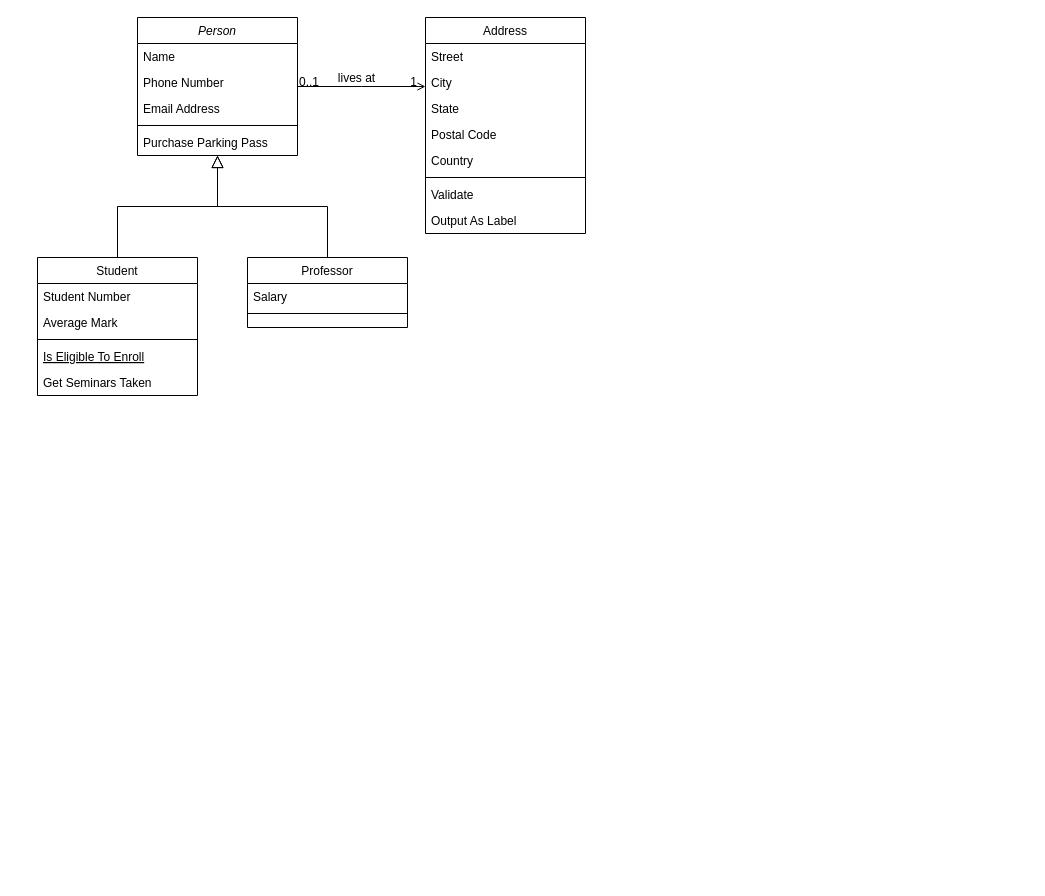
Earlier version of the draw.io diagram main/Diagramme sans nom.drawio (Nik97410/BDD). Source tidied: cells renumbered, new cells numbered last; positions are measured from the earlier drawing's top-left corner, leaving out a move shared by most shapes. Both pictures are drawn from the tidied source at 100%, with x=0, y=0 at pixel (37, 17).
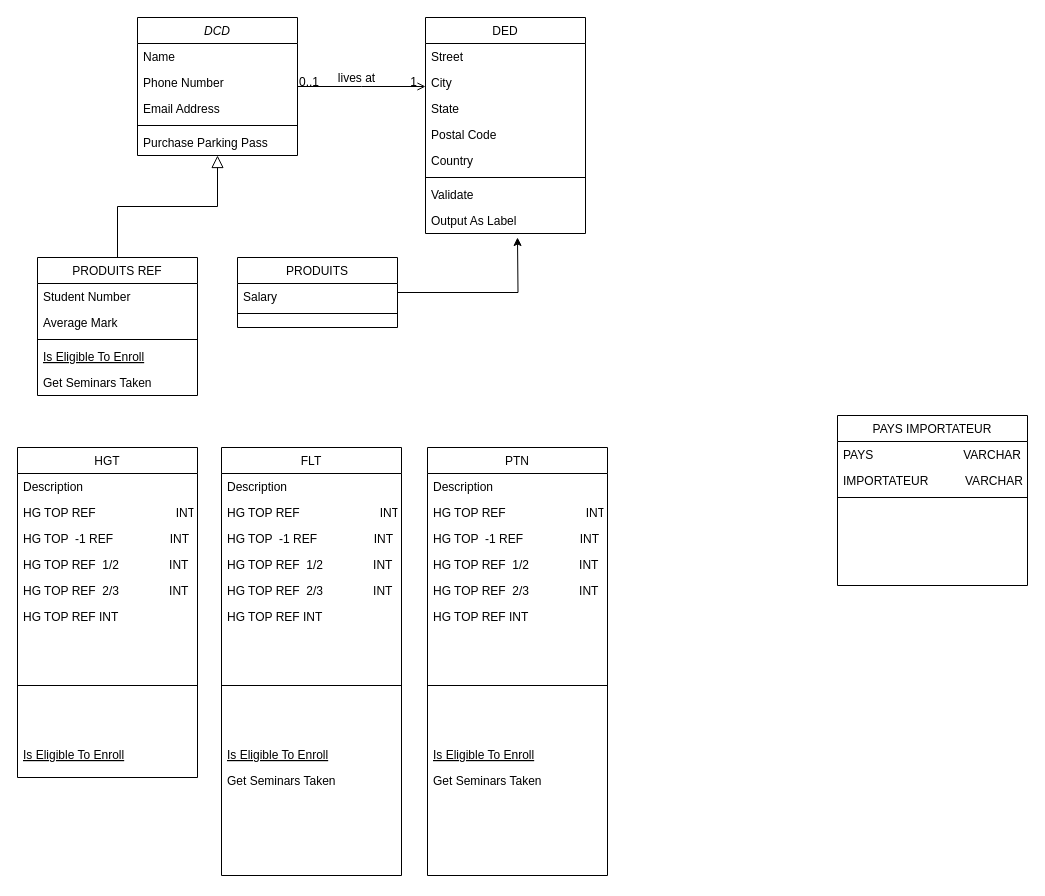
Above is the later version.

Change to the diagram source:
```diff
@@
-    <mxCell id="2" value="Person" style="swimlane;fontStyle=2;align=center;verticalAlign=top;horizontal=1;startSize=26;rounded=0;shadow=0;strokeWidth=1;" parent="1" vertex="1">
+    <mxCell id="2" value="DCD" style="swimlane;fontStyle=2;align=center;verticalAlign=top;horizontal=1;startSize=26;rounded=0;shadow=0;strokeWidth=1;" parent="1" vertex="1">
       <mxGeometry x="100" width="160" height="138" as="geometry" />
     </mxCell>
@@
-    <mxCell id="8" value="Student" style="swimlane;fontStyle=0;align=center;verticalAlign=top;horizontal=1;startSize=26;rounded=0;shadow=0;strokeWidth=1;" parent="1" vertex="1">
+    <mxCell id="8" value="PRODUITS REF" style="swimlane;fontStyle=0;align=center;verticalAlign=top;horizontal=1;startSize=26;rounded=0;shadow=0;strokeWidth=1;" parent="1" vertex="1">
       <mxGeometry y="240" width="160" height="138" as="geometry" />
     </mxCell>
@@
+    <mxCell id="32" style="edgeStyle=orthogonalEdgeStyle;rounded=0;jettySize=auto;html=1;" parent="1" edge="1" source="15">
+      <mxGeometry relative="1" as="geometry">
+        <mxPoint x="480" y="220" as="targetPoint" />
+      </mxGeometry>
+    </mxCell>
-    <mxCell id="15" value="Professor" style="swimlane;fontStyle=0;align=center;verticalAlign=top;horizontal=1;startSize=26;rounded=0;shadow=0;strokeWidth=1;" parent="1" vertex="1">
-      <mxGeometry x="210" y="240" width="160" height="70" as="geometry" />
+    <mxCell id="15" value="PRODUITS" style="swimlane;fontStyle=0;align=center;verticalAlign=top;horizontal=1;startSize=26;rounded=0;shadow=0;strokeWidth=1;" parent="1" vertex="1">
+      <mxGeometry x="200" y="240" width="160" height="70" as="geometry" />
     </mxCell>
@@
-    <mxCell id="18" style="endArrow=block;endSize=10;endFill=0;shadow=0;strokeWidth=1;rounded=0;edgeStyle=elbowEdgeStyle;elbow=vertical;" parent="1" edge="1" source="15" target="2">
-      <mxGeometry relative="1" as="geometry" />
-    </mxCell>
-    <mxCell id="19" value="Address" style="swimlane;fontStyle=0;align=center;verticalAlign=top;horizontal=1;startSize=26;rounded=0;shadow=0;strokeWidth=1;" parent="1" vertex="1">
+    <mxCell id="19" value="DED" style="swimlane;fontStyle=0;align=center;verticalAlign=top;horizontal=1;startSize=26;rounded=0;shadow=0;strokeWidth=1;" parent="1" vertex="1">
       <mxGeometry x="388" width="160" height="216" as="geometry" />
     </mxCell>
@@
+    <mxCell id="33" value="HGT" style="swimlane;fontStyle=0;align=center;verticalAlign=top;horizontal=1;startSize=26;rounded=0;shadow=0;strokeWidth=1;" parent="1" vertex="1">
+      <mxGeometry x="-20" y="430" width="180" height="330" as="geometry" />
+    </mxCell>
+    <mxCell id="34" value="Description" style="text;align=left;verticalAlign=top;spacingLeft=4;spacingRight=4;overflow=hidden;" parent="33" vertex="1">
+      <mxGeometry y="26" width="180" height="26" as="geometry" />
+    </mxCell>
+    <mxCell id="35" value="HG TOP REF                        INT" style="text;align=left;verticalAlign=top;spacingLeft=4;spacingRight=4;overflow=hidden;rounded=0;shadow=0;html=0;" parent="33" vertex="1">
+      <mxGeometry y="52" width="180" height="26" as="geometry" />
+    </mxCell>
+    <mxCell id="36" value="HG TOP  -1 REF                 INT" style="text;align=left;verticalAlign=top;spacingLeft=4;spacingRight=4;overflow=hidden;rounded=0;shadow=0;html=0;" parent="33" vertex="1">
+      <mxGeometry y="78" width="180" height="26" as="geometry" />
+    </mxCell>
+    <mxCell id="37" value="HG TOP REF  1/2               INT" style="text;align=left;verticalAlign=top;spacingLeft=4;spacingRight=4;overflow=hidden;rounded=0;shadow=0;html=0;" parent="33" vertex="1">
+      <mxGeometry y="104" width="180" height="26" as="geometry" />
+    </mxCell>
+    <mxCell id="38" value="HG TOP REF  2/3               INT" style="text;align=left;verticalAlign=top;spacingLeft=4;spacingRight=4;overflow=hidden;rounded=0;shadow=0;html=0;" parent="33" vertex="1">
+      <mxGeometry y="130" width="180" height="26" as="geometry" />
+    </mxCell>
+    <mxCell id="39" value="HG TOP REF INT" style="text;align=left;verticalAlign=top;spacingLeft=4;spacingRight=4;overflow=hidden;rounded=0;shadow=0;html=0;" parent="33" vertex="1">
+      <mxGeometry y="156" width="180" height="26" as="geometry" />
+    </mxCell>
+    <mxCell id="40" style="line;html=1;strokeWidth=1;align=left;verticalAlign=middle;spacingTop=-1;spacingLeft=3;spacingRight=3;labelPosition=right;" parent="33" vertex="1">
+      <mxGeometry y="182" width="180" height="112" as="geometry" />
+    </mxCell>
+    <mxCell id="41" value="Is Eligible To Enroll" style="text;align=left;verticalAlign=top;spacingLeft=4;spacingRight=4;overflow=hidden;fontStyle=4;" parent="33" vertex="1">
+      <mxGeometry y="294" width="180" height="26" as="geometry" />
+    </mxCell>
+    <mxCell id="42" value="FLT" style="swimlane;fontStyle=0;align=center;verticalAlign=top;horizontal=1;startSize=26;rounded=0;shadow=0;strokeWidth=1;" parent="1" vertex="1">
+      <mxGeometry x="184" y="430" width="180" height="428" as="geometry" />
+    </mxCell>
+    <mxCell id="43" value="Description" style="text;align=left;verticalAlign=top;spacingLeft=4;spacingRight=4;overflow=hidden;" parent="42" vertex="1">
+      <mxGeometry y="26" width="180" height="26" as="geometry" />
+    </mxCell>
+    <mxCell id="44" value="HG TOP REF                        INT" style="text;align=left;verticalAlign=top;spacingLeft=4;spacingRight=4;overflow=hidden;rounded=0;shadow=0;html=0;" parent="42" vertex="1">
+      <mxGeometry y="52" width="180" height="26" as="geometry" />
+    </mxCell>
+    <mxCell id="45" value="HG TOP  -1 REF                 INT" style="text;align=left;verticalAlign=top;spacingLeft=4;spacingRight=4;overflow=hidden;rounded=0;shadow=0;html=0;" parent="42" vertex="1">
+      <mxGeometry y="78" width="180" height="26" as="geometry" />
+    </mxCell>
+    <mxCell id="46" value="HG TOP REF  1/2               INT" style="text;align=left;verticalAlign=top;spacingLeft=4;spacingRight=4;overflow=hidden;rounded=0;shadow=0;html=0;" parent="42" vertex="1">
+      <mxGeometry y="104" width="180" height="26" as="geometry" />
+    </mxCell>
+    <mxCell id="47" value="HG TOP REF  2/3               INT" style="text;align=left;verticalAlign=top;spacingLeft=4;spacingRight=4;overflow=hidden;rounded=0;shadow=0;html=0;" parent="42" vertex="1">
+      <mxGeometry y="130" width="180" height="26" as="geometry" />
+    </mxCell>
+    <mxCell id="48" value="HG TOP REF INT" style="text;align=left;verticalAlign=top;spacingLeft=4;spacingRight=4;overflow=hidden;rounded=0;shadow=0;html=0;" parent="42" vertex="1">
+      <mxGeometry y="156" width="180" height="26" as="geometry" />
+    </mxCell>
+    <mxCell id="49" style="line;html=1;strokeWidth=1;align=left;verticalAlign=middle;spacingTop=-1;spacingLeft=3;spacingRight=3;labelPosition=right;" parent="42" vertex="1">
+      <mxGeometry y="182" width="180" height="112" as="geometry" />
+    </mxCell>
+    <mxCell id="50" value="Is Eligible To Enroll" style="text;align=left;verticalAlign=top;spacingLeft=4;spacingRight=4;overflow=hidden;fontStyle=4;" parent="42" vertex="1">
+      <mxGeometry y="294" width="180" height="26" as="geometry" />
+    </mxCell>
+    <mxCell id="51" value="Get Seminars Taken" style="text;align=left;verticalAlign=top;spacingLeft=4;spacingRight=4;overflow=hidden;" parent="42" vertex="1">
+      <mxGeometry y="320" width="180" height="108" as="geometry" />
+    </mxCell>
+    <mxCell id="52" value="PTN" style="swimlane;fontStyle=0;align=center;verticalAlign=top;horizontal=1;startSize=26;rounded=0;shadow=0;strokeWidth=1;" parent="1" vertex="1">
+      <mxGeometry x="390" y="430" width="180" height="428" as="geometry" />
+    </mxCell>
+    <mxCell id="53" value="Description" style="text;align=left;verticalAlign=top;spacingLeft=4;spacingRight=4;overflow=hidden;" parent="52" vertex="1">
+      <mxGeometry y="26" width="180" height="26" as="geometry" />
+    </mxCell>
+    <mxCell id="54" value="HG TOP REF                        INT" style="text;align=left;verticalAlign=top;spacingLeft=4;spacingRight=4;overflow=hidden;rounded=0;shadow=0;html=0;" parent="52" vertex="1">
+      <mxGeometry y="52" width="180" height="26" as="geometry" />
+    </mxCell>
+    <mxCell id="55" value="HG TOP  -1 REF                 INT" style="text;align=left;verticalAlign=top;spacingLeft=4;spacingRight=4;overflow=hidden;rounded=0;shadow=0;html=0;" parent="52" vertex="1">
+      <mxGeometry y="78" width="180" height="26" as="geometry" />
+    </mxCell>
+    <mxCell id="56" value="HG TOP REF  1/2               INT" style="text;align=left;verticalAlign=top;spacingLeft=4;spacingRight=4;overflow=hidden;rounded=0;shadow=0;html=0;" parent="52" vertex="1">
+      <mxGeometry y="104" width="180" height="26" as="geometry" />
+    </mxCell>
+    <mxCell id="57" value="HG TOP REF  2/3               INT" style="text;align=left;verticalAlign=top;spacingLeft=4;spacingRight=4;overflow=hidden;rounded=0;shadow=0;html=0;" parent="52" vertex="1">
+      <mxGeometry y="130" width="180" height="26" as="geometry" />
+    </mxCell>
+    <mxCell id="58" value="HG TOP REF INT" style="text;align=left;verticalAlign=top;spacingLeft=4;spacingRight=4;overflow=hidden;rounded=0;shadow=0;html=0;" parent="52" vertex="1">
+      <mxGeometry y="156" width="180" height="26" as="geometry" />
+    </mxCell>
+    <mxCell id="59" style="line;html=1;strokeWidth=1;align=left;verticalAlign=middle;spacingTop=-1;spacingLeft=3;spacingRight=3;labelPosition=right;" parent="52" vertex="1">
+      <mxGeometry y="182" width="180" height="112" as="geometry" />
+    </mxCell>
+    <mxCell id="60" value="Is Eligible To Enroll" style="text;align=left;verticalAlign=top;spacingLeft=4;spacingRight=4;overflow=hidden;fontStyle=4;" parent="52" vertex="1">
+      <mxGeometry y="294" width="180" height="26" as="geometry" />
+    </mxCell>
+    <mxCell id="61" value="Get Seminars Taken" style="text;align=left;verticalAlign=top;spacingLeft=4;spacingRight=4;overflow=hidden;" parent="52" vertex="1">
+      <mxGeometry y="320" width="180" height="108" as="geometry" />
+    </mxCell>
+    <mxCell id="62" value="PAYS IMPORTATEUR" style="swimlane;fontStyle=0;align=center;verticalAlign=top;horizontal=1;startSize=26;rounded=0;shadow=0;strokeWidth=1;" parent="1" vertex="1">
+      <mxGeometry x="800" y="398" width="190" height="170" as="geometry" />
+    </mxCell>
+    <mxCell id="63" value="PAYS                           VARCHAR" style="text;align=left;verticalAlign=top;spacingLeft=4;spacingRight=4;overflow=hidden;" parent="62" vertex="1">
+      <mxGeometry y="26" width="190" height="26" as="geometry" />
+    </mxCell>
+    <mxCell id="64" value="IMPORTATEUR           VARCHAR" style="text;align=left;verticalAlign=top;spacingLeft=4;spacingRight=4;overflow=hidden;" parent="62" vertex="1">
+      <mxGeometry y="52" width="190" height="26" as="geometry" />
+    </mxCell>
+    <mxCell id="65" style="line;html=1;strokeWidth=1;align=left;verticalAlign=middle;spacingTop=-1;spacingLeft=3;spacingRight=3;labelPosition=right;" parent="62" vertex="1">
+      <mxGeometry y="78" width="190" height="8" as="geometry" />
+    </mxCell>
```
